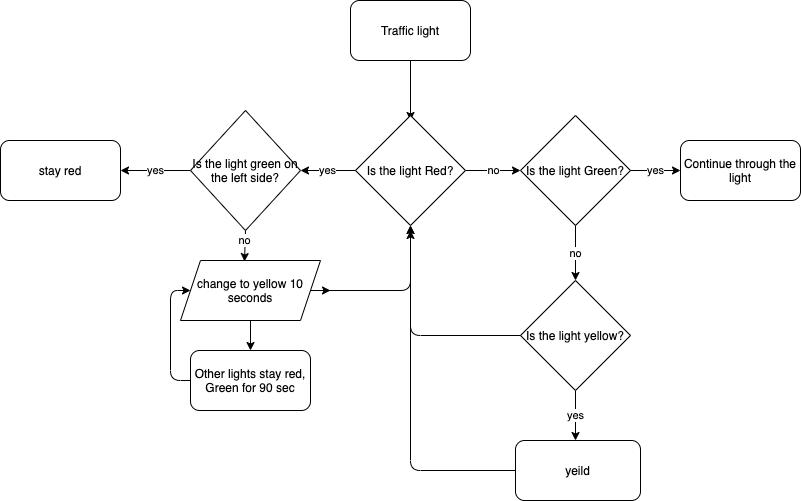
This is exercise 5 - traffic light.png from kblankenhorn/CF-ADS-Kim-Stephan, a draw.io export, as it was before one commit. Source tidied: cells renumbered, new cells last; positions are measured from the earlier drawing's top-left corner, leaving out a move shared by most shapes.
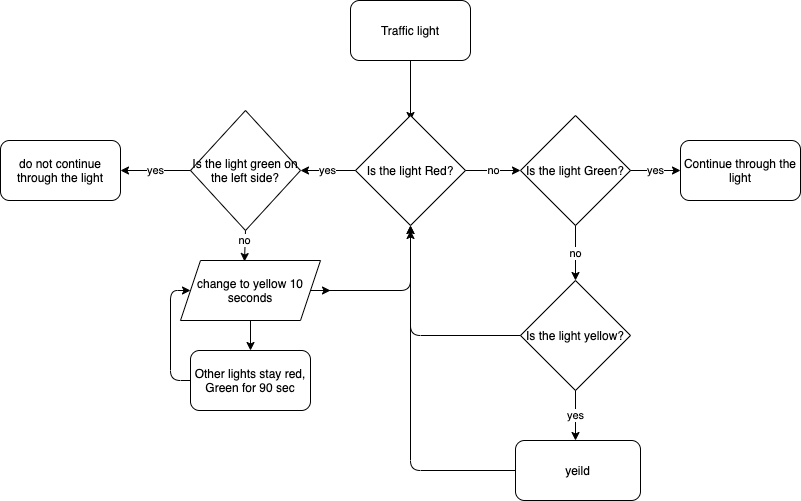
After the commit.

The edit, as a diff of the source:
```diff
@@ -25,7 +25,7 @@
     <mxCell id="8" value="no" style="endArrow=classic;html=1;exitX=0.5;exitY=1;exitDx=0;exitDy=0;entryX=0.457;entryY=0.017;entryDx=0;entryDy=0;entryPerimeter=0;" parent="1" edge="1" source="6" target="11">
       <mxGeometry x="-0.35" y="-1" relative="1" as="geometry" />
     </mxCell>
-    <mxCell id="9" value="stay red" style="rounded=1;whiteSpace=wrap;html=1;" parent="1" vertex="1">
+    <mxCell id="9" value="do not continue through the light" style="rounded=1;whiteSpace=wrap;html=1;" parent="1" vertex="1">
       <mxGeometry y="140" width="120" height="60" as="geometry" />
     </mxCell>
     <mxCell id="10" style="edgeStyle=orthogonalEdgeStyle;rounded=0;jettySize=auto;html=1;exitX=1;exitY=0.5;exitDx=0;exitDy=0;" parent="1" edge="1" source="11">
```
